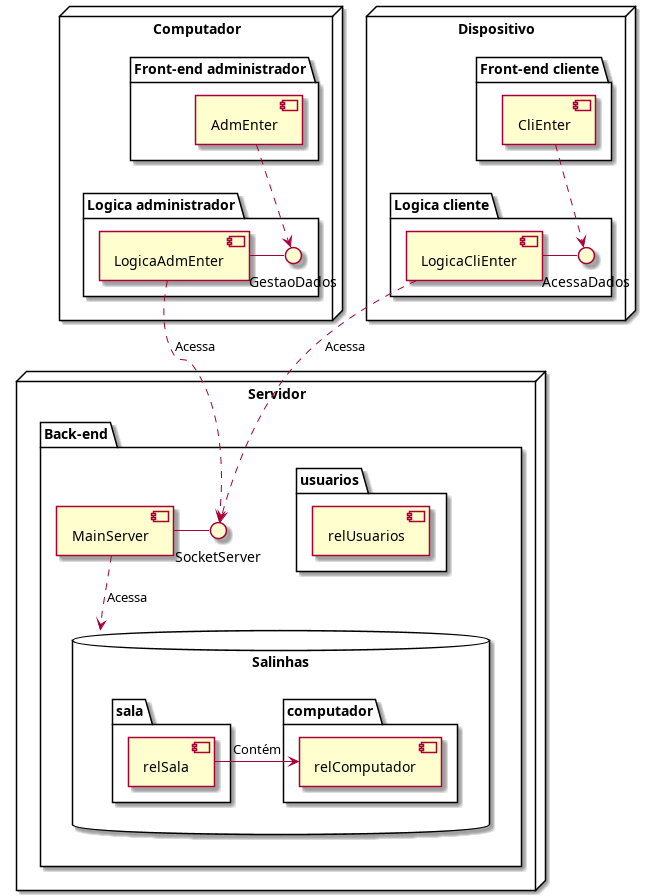
Earlier version of the PlantUML export imgs/diagramo_cont.png (sociedade-do-pastel/softeiros). Its diagram source:
```plantuml
@startuml
node "Dispositivo" {

	package "Front-end cliente" {
		[CliEnter]
	}
	package "Logica cliente" {
		[LogicaCliEnter] - AcessaDados
		[CliEnter] ..> AcessaDados
	}
}
node "Computador" {
	package "Front-end administrador" {
		[AdmEnter]
	}

	package "Logica administrador" {
		[LogicaAdmEnter] - GestaoDados
		[AdmEnter] ..> GestaoDados
	}
}

node "Servidor" {
	package "Back-end" {
		[MainServer] - SocketServer
		[LogicaCliEnter] ..> SocketServer : Acessa
		[LogicaAdmEnter] ..> SocketServer : Acessa

	database "Salinhas" as Sal {

		folder "computador" {
			[relComputador]
			}
		folder "sala" {
			[relSala]
			}
		}
	      folder "usuarios" {
		      [relUsuarios]
		    }
	}

}

[MainServer] ..> Sal  :  Acessa
[relSala] -> [relComputador] : Contém
@enduml
```
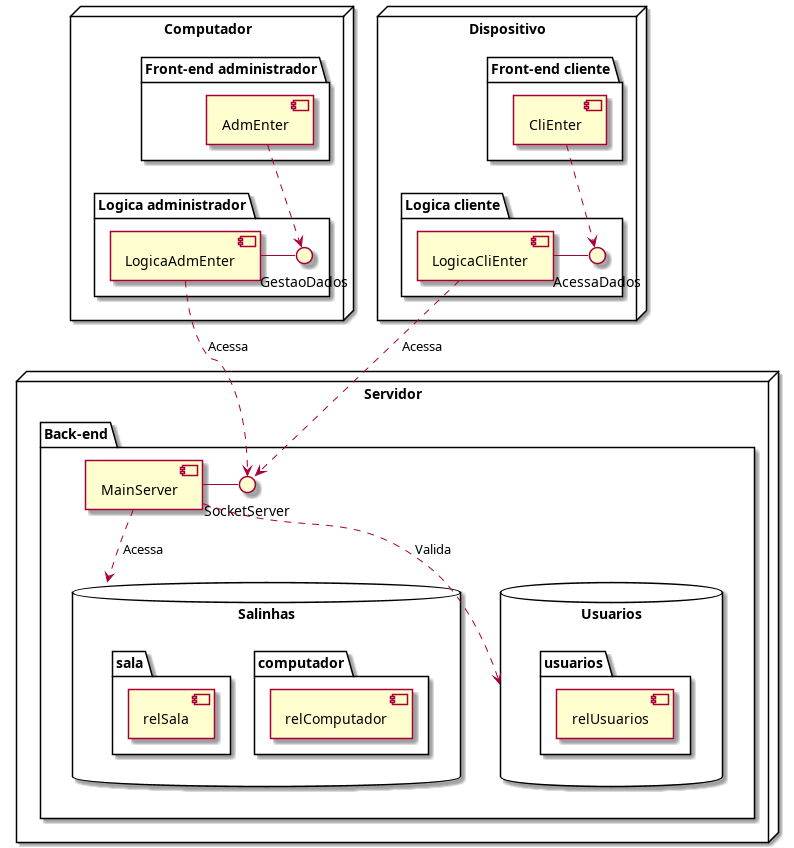
After the change.

Commit message:
Aprimorada primeira entrega, consertados diagrama relacional e de componentes

The edit, as a diff of the source:
```diff
@@ -35,13 +35,15 @@
 			[relSala]
 			}
 		}
+
+      database "Usuarios" as us {
 	      folder "usuarios" {
 		      [relUsuarios]
-		    }
-	}
+	      }
+						}
+      }
 
 }
-
+[MainServer] ..> us : Valida
 [MainServer] ..> Sal  :  Acessa
-[relSala] -> [relComputador] : Contém
 @enduml
```
